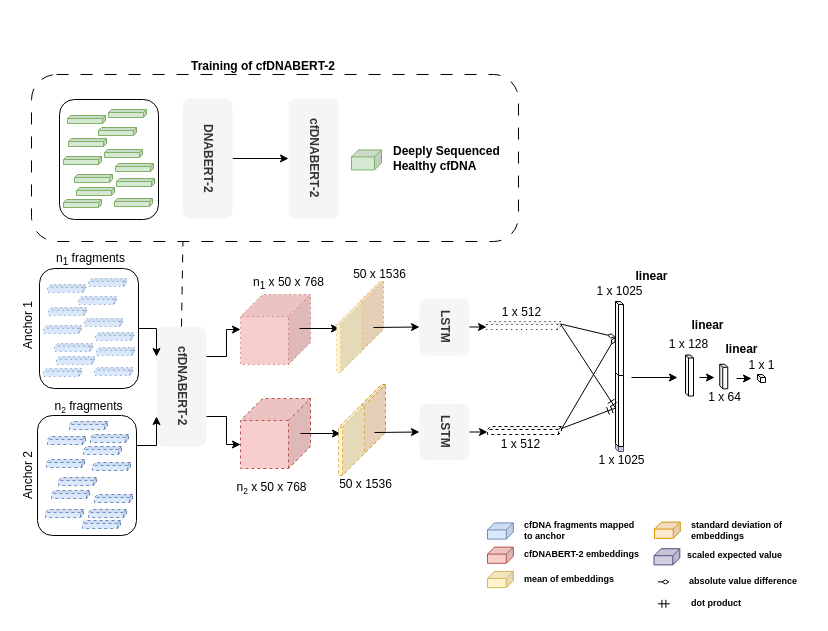
Above: Finale3DLSTM.drawio in bananasrlowkeygood/bananasrlowkeygood.github.io (draw.io), before the change. Source tidied: cells renumbered, new cells numbered last; positions are measured from the earlier drawing's top-left corner, leaving out a move shared by most shapes. Both pictures are drawn from the tidied source at 100%, with x=0, y=0 at pixel (17, 54).
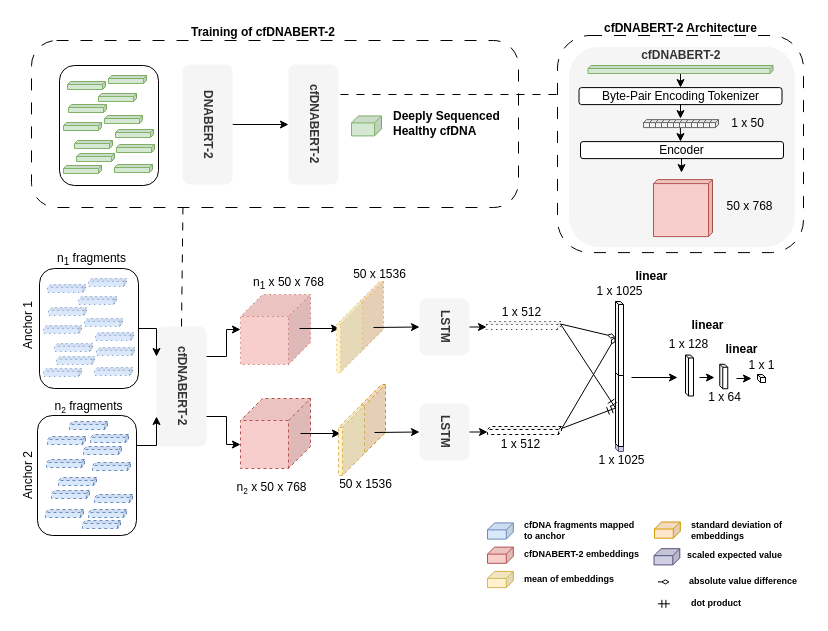
The same diagram, later.

The edit, as a diff of the source:
```diff
@@
     <mxCell id="2" style="rounded=1;whiteSpace=wrap;html=1;dashed=1;fillColor=none;dashPattern=12 12;" parent="1" vertex="1">
-      <mxGeometry x="14" y="20" width="487" height="167" as="geometry" />
+      <mxGeometry x="14" y="-14" width="487" height="167" as="geometry" />
     </mxCell>
@@
     <mxCell id="12" value="DNABERT-2" style="rounded=1;whiteSpace=wrap;html=1;textDirection=vertical-rl;fontStyle=1;fillColor=#f5f5f5;fontColor=#333333;strokeColor=none;" parent="1" vertex="1">
-      <mxGeometry x="165" y="44" width="50" height="120" as="geometry" />
+      <mxGeometry x="165" y="10" width="50" height="120" as="geometry" />
     </mxCell>
     <mxCell id="13" value="cfDNABERT-2" style="rounded=1;whiteSpace=wrap;html=1;textDirection=vertical-rl;fontStyle=1;fillColor=#f5f5f5;fontColor=#333333;strokeColor=none;" parent="1" vertex="1">
-      <mxGeometry x="271" y="44" width="50" height="120" as="geometry" />
+      <mxGeometry x="271" y="10" width="50" height="120" as="geometry" />
     </mxCell>
     <mxCell id="14" style="shape=cube;whiteSpace=wrap;html=1;boundedLbl=1;backgroundOutline=1;darkOpacity=0.05;darkOpacity2=0.1;size=7;direction=east;flipH=1;fillColor=#d5e8d4;strokeColor=#82b366;" parent="1" vertex="1">
-      <mxGeometry x="334" y="95.4" width="30" height="20" as="geometry" />
+      <mxGeometry x="334" y="61.4" width="30" height="20" as="geometry" />
     </mxCell>
     <mxCell id="15" value="Deeply Sequenced Healthy cfDNA" style="text;html=1;strokeColor=none;fillColor=none;align=left;verticalAlign=middle;whiteSpace=wrap;rounded=0;fontStyle=1;" parent="1" vertex="1">
-      <mxGeometry x="374" y="91.6" width="138" height="23.9" as="geometry" />
+      <mxGeometry x="374" y="57.5" width="138" height="23.9" as="geometry" />
     </mxCell>
@@
     <mxCell id="17" style="group;" parent="1" vertex="1">
-      <mxGeometry x="42" y="45" width="423" height="120" as="geometry" />
+      <mxGeometry x="42" y="11" width="423" height="120" as="geometry" />
     </mxCell>
@@
     <mxCell id="65" value="n&lt;sub&gt;1&lt;/sub&gt;&amp;nbsp;fragments" style="text;html=1;strokeColor=none;fillColor=none;align=center;verticalAlign=middle;whiteSpace=wrap;rounded=0;" parent="1" vertex="1">
-      <mxGeometry x="24" y="190" width="99" height="30" as="geometry" />
+      <mxGeometry x="25" y="190.1" width="99" height="30" as="geometry" />
     </mxCell>
@@
     <mxCell id="103" value="cfDNABERT-2 embeddings" style="text;html=1;strokeColor=none;fillColor=none;align=left;verticalAlign=middle;whiteSpace=wrap;rounded=0;fontStyle=1;fontSize=9;" parent="1" vertex="1">
-      <mxGeometry x="505.3" y="490.3" width="118.8" height="19.3" as="geometry" />
+      <mxGeometry x="505.3" y="490.2" width="118.8" height="19.3" as="geometry" />
     </mxCell>
     <mxCell id="104" value="mean of embeddings" style="text;html=1;strokeColor=none;fillColor=none;align=left;verticalAlign=middle;whiteSpace=wrap;rounded=0;fontStyle=1;fontSize=9;" parent="1" vertex="1">
-      <mxGeometry x="505.3" y="515.4" width="118.8" height="19.3" as="geometry" />
+      <mxGeometry x="505.3" y="515.3" width="118.8" height="19.3" as="geometry" />
     </mxCell>
     <mxCell id="105" style="shape=cube;whiteSpace=wrap;html=1;boundedLbl=1;backgroundOutline=1;darkOpacity=0.05;darkOpacity2=0.1;size=7;direction=east;flipH=1;fillColor=#ffe6cc;strokeColor=#d79b00;" parent="1" vertex="1">
-      <mxGeometry x="637" y="467.6" width="25.8" height="16.2" as="geometry" />
+      <mxGeometry x="637" y="467.5" width="25.8" height="16.2" as="geometry" />
     </mxCell>
@@
     <mxCell id="108" value="scaled expected value" style="text;html=1;strokeColor=none;fillColor=none;align=left;verticalAlign=middle;whiteSpace=wrap;rounded=0;fontStyle=1;fontSize=9;" parent="1" vertex="1">
-      <mxGeometry x="667.9" y="491.1" width="118.8" height="19.3" as="geometry" />
+      <mxGeometry x="667.9" y="491" width="118.8" height="19.3" as="geometry" />
     </mxCell>
@@
     <mxCell id="117" value="Training of cfDNABERT-2" style="text;html=1;strokeColor=none;fillColor=none;align=left;verticalAlign=middle;whiteSpace=wrap;rounded=0;fontStyle=1;" parent="1" vertex="1">
-      <mxGeometry x="171.5" width="166" height="23.9" as="geometry" />
+      <mxGeometry x="171.5" y="-34" width="166" height="23.9" as="geometry" />
     </mxCell>
+    <mxCell id="118" style="endArrow=none;dashed=1;html=1;dashPattern=8 8;strokeWidth=1;rounded=0;entryX=1;entryY=0.25;entryDx=0;entryDy=0;" parent="1" edge="1" target="13">
+      <mxGeometry relative="1" as="geometry">
+        <mxPoint x="539" y="40" as="sourcePoint" />
+      </mxGeometry>
+    </mxCell>
+    <mxCell id="119" style="rounded=1;whiteSpace=wrap;html=1;dashed=1;fillColor=none;dashPattern=12 12;" parent="1" vertex="1">
+      <mxGeometry x="540" y="-19" width="246" height="217.1" as="geometry" />
+    </mxCell>
+    <mxCell id="120" value="cfDNABERT-2 Architecture" style="text;html=1;strokeColor=none;fillColor=none;align=left;verticalAlign=middle;whiteSpace=wrap;rounded=0;fontStyle=1;" parent="1" vertex="1">
+      <mxGeometry x="585" y="-37.9" width="166" height="23.9" as="geometry" />
+    </mxCell>
+    <mxCell id="121" value="cfDNABERT-2" style="rounded=1;whiteSpace=wrap;html=1;textDirection=vertical-rl;fontStyle=1;fillColor=#f5f5f5;fontColor=#333333;strokeColor=none;rotation=-90;align=right;" parent="1" vertex="1">
+      <mxGeometry x="564.1" y="-20.5" width="200.5" height="225.8" as="geometry" />
+    </mxCell>
+    <mxCell id="122" style="edgeStyle=orthogonalEdgeStyle;rounded=0;jettySize=auto;html=1;exitX=0;exitY=0;exitDx=94;exitDy=8;exitPerimeter=0;entryX=0.5;entryY=0;entryDx=0;entryDy=0;" parent="1" edge="1" source="123" target="124">
+      <mxGeometry relative="1" as="geometry" />
+    </mxCell>
+    <mxCell id="123" style="shape=cube;whiteSpace=wrap;html=1;boundedLbl=1;backgroundOutline=1;darkOpacity=0.05;darkOpacity2=0.1;size=3;direction=east;flipH=1;fillColor=#d5e8d4;strokeColor=#82b366;" parent="1" vertex="1">
+      <mxGeometry x="570.5" y="11" width="185" height="8" as="geometry" />
+    </mxCell>
+    <mxCell id="124" value="Byte-Pair Encoding Tokenizer" style="rounded=1;whiteSpace=wrap;html=1;" parent="1" vertex="1">
+      <mxGeometry x="561.5" y="33.1" width="203" height="17" as="geometry" />
+    </mxCell>
+    <mxCell id="125" style="endArrow=classic;html=1;rounded=0;exitX=0.426;exitY=0.498;exitDx=0;exitDy=0;exitPerimeter=0;" parent="1" edge="1">
+      <mxGeometry relative="1" as="geometry">
+        <mxPoint x="662.9" y="73" as="sourcePoint" />
+        <mxPoint x="663" y="87.1" as="targetPoint" />
+      </mxGeometry>
+    </mxCell>
+    <mxCell id="126" value="Encoder" style="rounded=1;whiteSpace=wrap;html=1;" parent="1" vertex="1">
+      <mxGeometry x="563" y="87.1" width="203" height="17" as="geometry" />
+    </mxCell>
+    <mxCell id="127" style="group;" parent="1" vertex="1">
+      <mxGeometry x="626" y="65.1" width="75" height="8" as="geometry" />
+    </mxCell>
+    <mxCell id="128" style="shape=cube;whiteSpace=wrap;html=1;boundedLbl=1;backgroundOutline=1;darkOpacity=0.05;darkOpacity2=0.1;size=3;direction=east;flipH=1;fillColor=#f5f5f5;strokeColor=#666666;fontColor=#333333;" parent="127" vertex="1">
+      <mxGeometry width="9" height="8" as="geometry" />
+    </mxCell>
+    <mxCell id="129" style="shape=cube;whiteSpace=wrap;html=1;boundedLbl=1;backgroundOutline=1;darkOpacity=0.05;darkOpacity2=0.1;size=3;direction=east;flipH=1;fillColor=#f5f5f5;strokeColor=#666666;fontColor=#333333;" parent="127" vertex="1">
+      <mxGeometry x="6" width="9" height="8" as="geometry" />
+    </mxCell>
+    <mxCell id="130" style="shape=cube;whiteSpace=wrap;html=1;boundedLbl=1;backgroundOutline=1;darkOpacity=0.05;darkOpacity2=0.1;size=3;direction=east;flipH=1;fillColor=#f5f5f5;strokeColor=#666666;fontColor=#333333;" parent="127" vertex="1">
+      <mxGeometry x="12" width="9" height="8" as="geometry" />
+    </mxCell>
+    <mxCell id="131" style="shape=cube;whiteSpace=wrap;html=1;boundedLbl=1;backgroundOutline=1;darkOpacity=0.05;darkOpacity2=0.1;size=3;direction=east;flipH=1;fillColor=#f5f5f5;strokeColor=#666666;fontColor=#333333;" parent="127" vertex="1">
+      <mxGeometry x="18" width="9" height="8" as="geometry" />
+    </mxCell>
+    <mxCell id="132" style="shape=cube;whiteSpace=wrap;html=1;boundedLbl=1;backgroundOutline=1;darkOpacity=0.05;darkOpacity2=0.1;size=3;direction=east;flipH=1;fillColor=#f5f5f5;strokeColor=#666666;fontColor=#333333;" parent="127" vertex="1">
+      <mxGeometry x="24" width="9" height="8" as="geometry" />
+    </mxCell>
+    <mxCell id="133" style="shape=cube;whiteSpace=wrap;html=1;boundedLbl=1;backgroundOutline=1;darkOpacity=0.05;darkOpacity2=0.1;size=3;direction=east;flipH=1;fillColor=#f5f5f5;strokeColor=#666666;fontColor=#333333;" parent="127" vertex="1">
+      <mxGeometry x="30" width="9" height="8" as="geometry" />
+    </mxCell>
+    <mxCell id="134" style="shape=cube;whiteSpace=wrap;html=1;boundedLbl=1;backgroundOutline=1;darkOpacity=0.05;darkOpacity2=0.1;size=3;direction=east;flipH=1;fillColor=#f5f5f5;strokeColor=#666666;fontColor=#333333;" parent="127" vertex="1">
+      <mxGeometry x="36" width="9" height="8" as="geometry" />
+    </mxCell>
+    <mxCell id="135" style="shape=cube;whiteSpace=wrap;html=1;boundedLbl=1;backgroundOutline=1;darkOpacity=0.05;darkOpacity2=0.1;size=3;direction=east;flipH=1;fillColor=#f5f5f5;strokeColor=#666666;fontColor=#333333;" parent="127" vertex="1">
+      <mxGeometry x="42" width="9" height="8" as="geometry" />
+    </mxCell>
+    <mxCell id="136" style="shape=cube;whiteSpace=wrap;html=1;boundedLbl=1;backgroundOutline=1;darkOpacity=0.05;darkOpacity2=0.1;size=3;direction=east;flipH=1;fillColor=#f5f5f5;strokeColor=#666666;fontColor=#333333;" parent="127" vertex="1">
+      <mxGeometry x="48" width="9" height="8" as="geometry" />
+    </mxCell>
+    <mxCell id="137" style="shape=cube;whiteSpace=wrap;html=1;boundedLbl=1;backgroundOutline=1;darkOpacity=0.05;darkOpacity2=0.1;size=3;direction=east;flipH=1;fillColor=#f5f5f5;strokeColor=#666666;fontColor=#333333;" parent="127" vertex="1">
+      <mxGeometry x="54" width="9" height="8" as="geometry" />
+    </mxCell>
+    <mxCell id="138" style="shape=cube;whiteSpace=wrap;html=1;boundedLbl=1;backgroundOutline=1;darkOpacity=0.05;darkOpacity2=0.1;size=3;direction=east;flipH=1;fillColor=#f5f5f5;strokeColor=#666666;fontColor=#333333;" parent="127" vertex="1">
+      <mxGeometry x="60" width="9" height="8" as="geometry" />
+    </mxCell>
+    <mxCell id="139" style="shape=cube;whiteSpace=wrap;html=1;boundedLbl=1;backgroundOutline=1;darkOpacity=0.05;darkOpacity2=0.1;size=3;direction=east;flipH=1;fillColor=#f5f5f5;strokeColor=#666666;fontColor=#333333;" parent="127" vertex="1">
+      <mxGeometry x="66" width="9" height="8" as="geometry" />
+    </mxCell>
+    <mxCell id="140" style="edgeStyle=orthogonalEdgeStyle;rounded=0;orthogonalLoop=1;jettySize=auto;html=1;exitX=0;exitY=0;exitDx=94;exitDy=8;exitPerimeter=0;entryX=0.5;entryY=0;entryDx=0;entryDy=0;" parent="1" edge="1">
+      <mxGeometry relative="1" as="geometry">
+        <mxPoint x="662" y="50.1" as="sourcePoint" />
+        <mxPoint x="663" y="64.1" as="targetPoint" />
+      </mxGeometry>
+    </mxCell>
+    <mxCell id="141" style="endArrow=classic;html=1;rounded=0;exitX=0.426;exitY=0.498;exitDx=0;exitDy=0;exitPerimeter=0;" parent="1" edge="1">
+      <mxGeometry relative="1" as="geometry">
+        <mxPoint x="664" y="104.1" as="sourcePoint" />
+        <mxPoint x="664" y="118.1" as="targetPoint" />
+      </mxGeometry>
+    </mxCell>
+    <mxCell id="142" value="1 x 50" style="text;html=1;strokeColor=none;fillColor=none;align=center;verticalAlign=middle;whiteSpace=wrap;rounded=0;" parent="1" vertex="1">
+      <mxGeometry x="681" y="54.1" width="99" height="30" as="geometry" />
+    </mxCell>
+    <mxCell id="143" style="shape=cube;whiteSpace=wrap;html=1;boundedLbl=1;backgroundOutline=1;darkOpacity=0.05;darkOpacity2=0.1;size=4;direction=east;flipH=1;fillColor=#f8cecc;strokeColor=#b85450;" parent="1" vertex="1">
+      <mxGeometry x="636" y="125.1" width="59" height="57" as="geometry" />
+    </mxCell>
+    <mxCell id="144" value="50 x 768" style="text;html=1;strokeColor=none;fillColor=none;align=center;verticalAlign=middle;whiteSpace=wrap;rounded=0;" parent="1" vertex="1">
+      <mxGeometry x="683" y="137.1" width="99" height="30" as="geometry" />
+    </mxCell>
```
